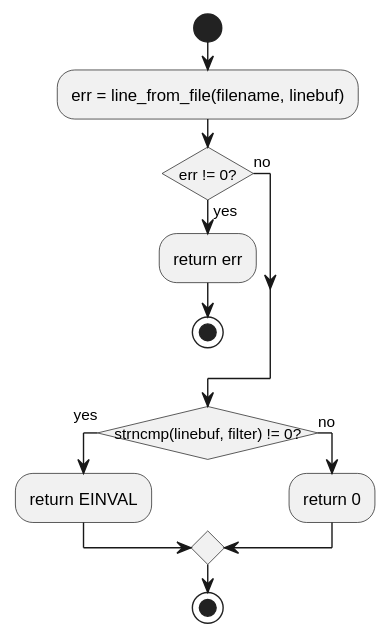
Earlier version of the PlantUML export c1_sdd_linux-ipcs/cursor_tmp/flow_svgs/linux_6_4_2_line_match.svg (Mastang1/sad_sdd_proj). The source it was exported from:
```plantuml
@startuml
!pragma layout smetana
skinparam conditionStyle insideDiamond
skinparam linetype ortho
start
:err = line_from_file(filename, linebuf);
if (err != 0?) then (yes)
  :return err;
  stop
else (no)
endif
if (strncmp(linebuf, filter) != 0?) then (yes)
  :return EINVAL;
else (no)
  :return 0;
endif
stop
@enduml
```
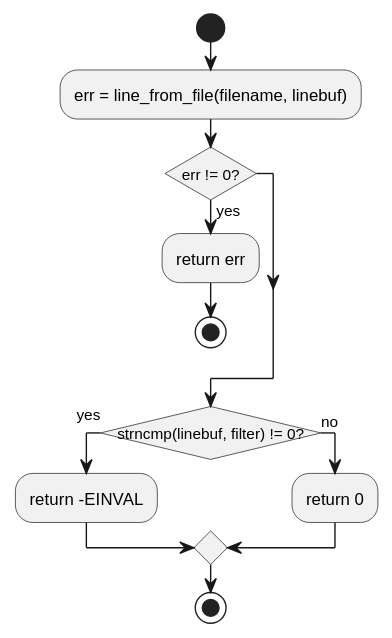
The same file after the commit.

Diff of the diagram source:
```diff
@@ -6,11 +6,10 @@
 :err = line_from_file(filename, linebuf);
 if (err != 0?) then (yes)
   :return err;
-  stop
-else (no)
+stop
 endif
 if (strncmp(linebuf, filter) != 0?) then (yes)
-  :return EINVAL;
+  :return -EINVAL;
 else (no)
   :return 0;
 endif
```
